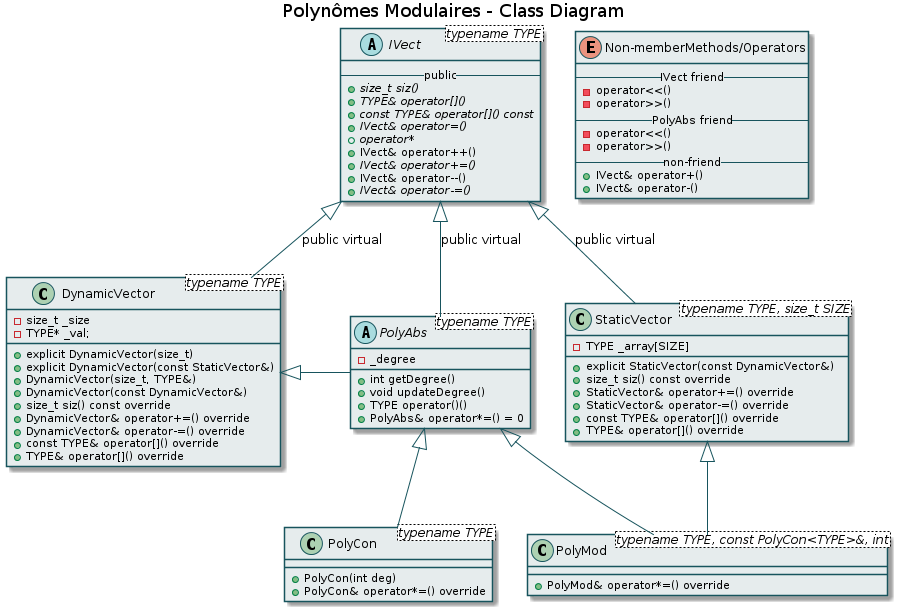
carlosgeos/polynomial-cpp keeps this PlantUML diagram as class.png. Above is the earlier version.
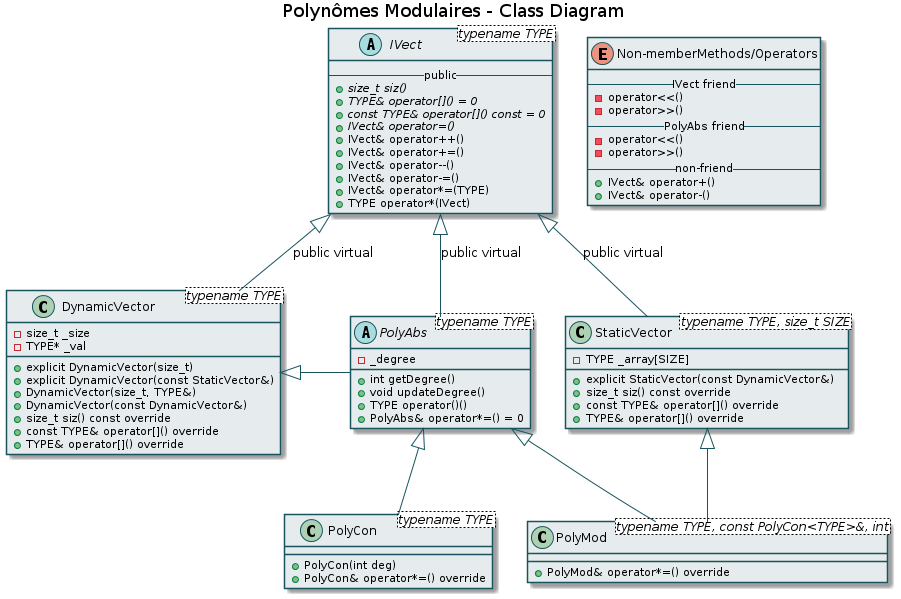
Later version of the same file.

Diff of the diagram source:
```diff
@@ -23,36 +23,33 @@
 abstract class IVect<typename TYPE> {
       -- public --
       +{abstract} size_t siz()
-      +{abstract} TYPE& operator[]()
-      +{abstract} const TYPE& operator[]() const
+      +{abstract} TYPE& operator[]() = 0
+      +{abstract} const TYPE& operator[]() const = 0
       +{abstract} IVect& operator=()
-      +{abstract} operator*
       + IVect& operator++()
-      +{abstract} IVect& operator+=()
+      + IVect& operator+=()
       + IVect& operator--()
-      +{abstract} IVect& operator-=()
+      + IVect& operator-=()
+      + IVect& operator*=(TYPE)
+      + TYPE operator*(IVect)
 }
 
 class StaticVector<typename TYPE, size_t SIZE> {
       -TYPE _array[SIZE]
       +explicit StaticVector(const DynamicVector&)
       +size_t siz() const override
-      +StaticVector& operator+=() override
-      +StaticVector& operator-=() override
       +const TYPE& operator[]() override
       +TYPE& operator[]() override
 }
 
 class DynamicVector<typename TYPE> {
       -size_t _size
-      -TYPE* _val;
+      -TYPE* _val
       +explicit DynamicVector(size_t)
       +explicit DynamicVector(const StaticVector&)
       +DynamicVector(size_t, TYPE&)
       +DynamicVector(const DynamicVector&)
       +size_t siz() const override
-      +DynamicVector& operator+=() override
-      +DynamicVector& operator-=() override
       +const TYPE& operator[]() override
       +TYPE& operator[]() override
 }
```
